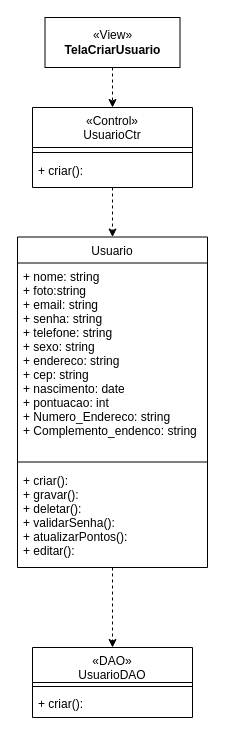
Before: Documentação/Diagramas/Diagramas de Casos de Uso/Diagrama de Caso de Uso Cadastrar Usuário.drawio in frsouzaa/Documentacao-TCC-NossaVia, a draw.io diagram. Source tidied: cells renumbered, new cells numbered last; positions are measured from the earlier drawing's top-left corner, leaving out a move shared by most shapes. Both pictures are drawn from the tidied source at 100%, with x=0, y=0 at pixel (17, 17).
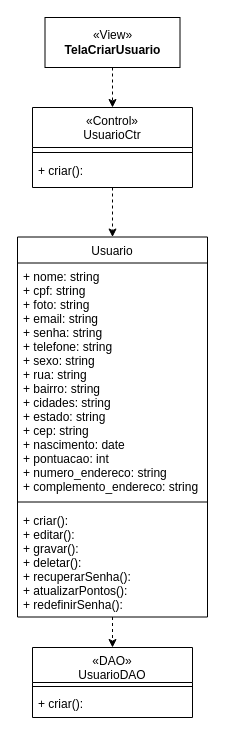
The same diagram, later.

The edit, as a diff of the source:
```diff
@@
 <mxGraphModel>
   <root>
     <mxCell id="0" />
     <mxCell id="1" parent="0" />
     <mxCell id="2" style="edgeStyle=orthogonalEdgeStyle;rounded=0;jettySize=auto;html=1;exitX=0.5;exitY=1;exitDx=0;exitDy=0;entryX=0.5;entryY=0;entryDx=0;entryDy=0;dashed=1;" parent="1" edge="1" source="3" target="7">
       <mxGeometry relative="1" as="geometry" />
     </mxCell>
     <mxCell id="3" value="Usuario" style="swimlane;fontStyle=0;align=center;verticalAlign=top;horizontal=1;startSize=26;rounded=0;shadow=0;strokeWidth=1;" parent="1" vertex="1">
-      <mxGeometry y="219.5" width="190" height="330.5" as="geometry" />
+      <mxGeometry y="219.5" width="190" height="380" as="geometry" />
     </mxCell>
-    <mxCell id="4" value="+ nome: string&#10;+ foto:string&#10;+ email: string&#10;+ senha: string&#10;+ telefone: string&#10;+ sexo: string&#10;+ endereco: string&#10;+ cep: string&#10;+ nascimento: date&#10;+ pontuacao: int&#10;+ Numero_Endereco: string &#10;+ Complemento_endenco: string" style="text;align=left;verticalAlign=top;spacingLeft=4;spacingRight=4;overflow=hidden;" parent="3" vertex="1">
-      <mxGeometry y="26" width="190" height="194" as="geometry" />
+    <mxCell id="4" value="+ nome: string&#10;+ cpf: string&#10;+ foto: string&#10;+ email: string&#10;+ senha: string&#10;+ telefone: string&#10;+ sexo: string&#10;+ rua: string&#10;+ bairro: string&#10;+ cidades: string&#10;+ estado: string&#10;+ cep: string&#10;+ nascimento: date&#10;+ pontuacao: int&#10;+ numero_endereco: string&#10;+ complemento_endereco: string" style="text;align=left;verticalAlign=top;spacingLeft=4;spacingRight=4;overflow=hidden;" parent="3" vertex="1">
+      <mxGeometry y="26" width="190" height="234" as="geometry" />
     </mxCell>
     <mxCell id="5" style="line;html=1;strokeWidth=1;align=left;verticalAlign=middle;spacingTop=-1;spacingLeft=3;spacingRight=3;labelPosition=right;" parent="3" vertex="1">
-      <mxGeometry y="220" width="190" height="10" as="geometry" />
+      <mxGeometry y="260" width="190" height="10" as="geometry" />
     </mxCell>
-    <mxCell id="6" value="+ criar(): &#10;+ gravar():&#10;+ deletar(): &#10;+ validarSenha():&#10;+ atualizarPontos():&#10;+ editar():" style="text;align=left;verticalAlign=top;spacingLeft=4;spacingRight=4;overflow=hidden;" parent="3" vertex="1">
-      <mxGeometry y="230" width="190" height="92" as="geometry" />
+    <mxCell id="6" value="+ criar():&#10;+ editar(): &#10;+ gravar():&#10;+ deletar(): &#10;+ recuperarSenha():&#10;+ atualizarPontos():&#10;+ redefinirSenha():" style="text;align=left;verticalAlign=top;spacingLeft=4;spacingRight=4;overflow=hidden;" parent="3" vertex="1">
+      <mxGeometry y="270" width="190" height="110" as="geometry" />
     </mxCell>
     <mxCell id="7" value="«DAO»&#10;UsuarioDAO&#10;" style="swimlane;fontStyle=0;align=center;verticalAlign=top;horizontal=1;startSize=35;rounded=0;shadow=0;strokeWidth=1;" parent="1" vertex="1">
       <mxGeometry x="15" y="630" width="160" height="70" as="geometry" />
     </mxCell>
     <mxCell id="8" style="line;html=1;strokeWidth=1;align=left;verticalAlign=middle;spacingTop=-1;spacingLeft=3;spacingRight=3;labelPosition=right;" parent="7" vertex="1">
       <mxGeometry y="35" width="160" height="8" as="geometry" />
     </mxCell>
     <mxCell id="9" value="+ criar():" style="text;align=left;verticalAlign=top;spacingLeft=4;spacingRight=4;overflow=hidden;" parent="7" vertex="1">
       <mxGeometry y="43" width="160" height="27" as="geometry" />
     </mxCell>
     <mxCell id="10" style="edgeStyle=orthogonalEdgeStyle;rounded=0;jettySize=auto;html=1;entryX=0.5;entryY=0;entryDx=0;entryDy=0;dashed=1;" parent="1" edge="1" source="11" target="13">
       <mxGeometry relative="1" as="geometry" />
     </mxCell>
     <mxCell id="11" value="«View»&lt;br&gt;&lt;b&gt;TelaCriarUsuario&lt;br&gt;&lt;/b&gt;" style="html=1;whiteSpace=wrap;" parent="1" vertex="1">
       <mxGeometry x="27.5" width="135" height="50" as="geometry" />
     </mxCell>
     <mxCell id="12" style="edgeStyle=orthogonalEdgeStyle;rounded=0;jettySize=auto;html=1;exitX=0.5;exitY=1;exitDx=0;exitDy=0;dashed=1;entryX=0.5;entryY=0;entryDx=0;entryDy=0;" parent="1" edge="1" source="13" target="3">
       <mxGeometry relative="1" as="geometry" />
     </mxCell>
     <mxCell id="13" value="«Control»&#10;UsuarioCtr" style="swimlane;fontStyle=0;align=center;verticalAlign=top;horizontal=1;startSize=40;rounded=0;shadow=0;strokeWidth=1;" parent="1" vertex="1">
       <mxGeometry x="15" y="90" width="160" height="80" as="geometry" />
     </mxCell>
     <mxCell id="14" style="line;html=1;strokeWidth=1;align=left;verticalAlign=middle;spacingTop=-1;spacingLeft=3;spacingRight=3;labelPosition=right;" parent="13" vertex="1">
       <mxGeometry y="40" width="160" height="10" as="geometry" />
     </mxCell>
     <mxCell id="15" value="+ criar():&#10;" style="text;align=left;verticalAlign=top;spacingLeft=4;spacingRight=4;overflow=hidden;" parent="13" vertex="1">
       <mxGeometry y="50" width="160" height="30" as="geometry" />
     </mxCell>
   </root>
 </mxGraphModel>
```
